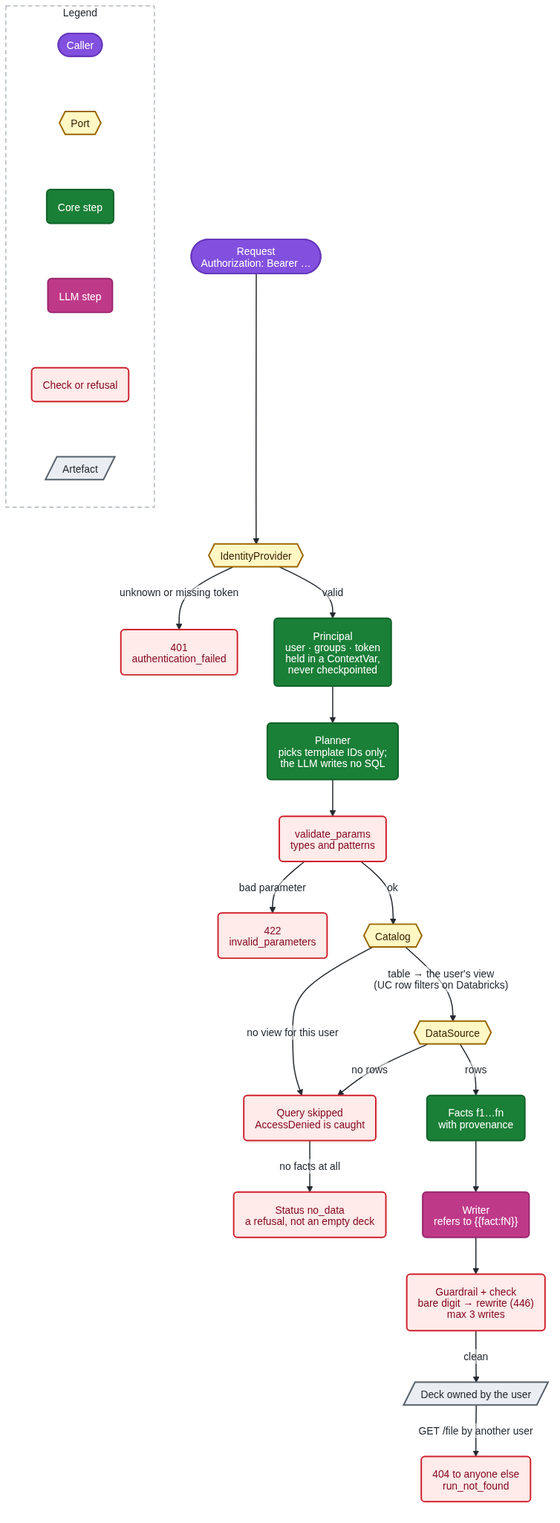
Earlier version of the Mermaid export docs/assets/diagrams/security-flow.png (santoshshinde2012/deck-smith-local). Its source is kept beside it as docs/diagrams/security-flow.mmd.
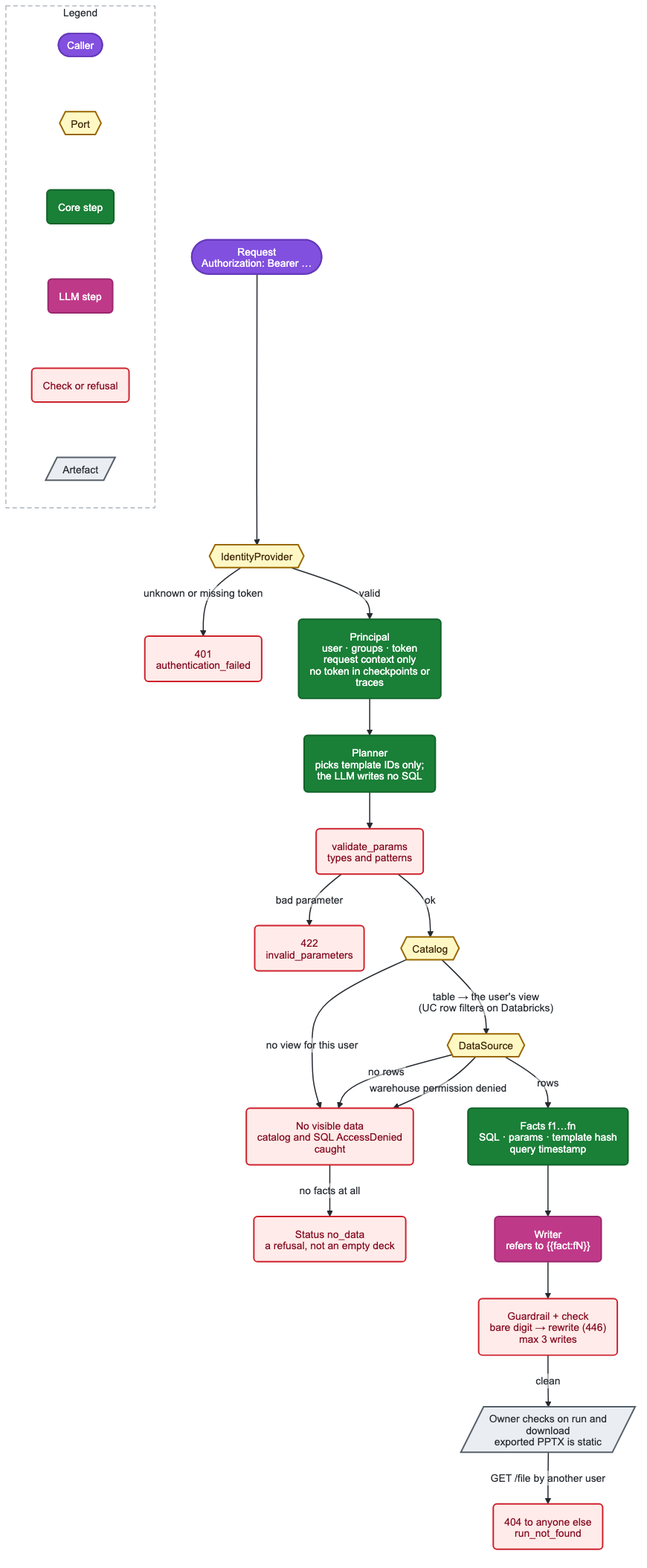
After the change.

What changed in the source:
```diff
@@ -2,18 +2,18 @@
   REQ(["Request<br/>Authorization: Bearer …"]):::ui
   ID{{"IdentityProvider"}}:::port
   E401("401<br/>authentication_failed"):::sec
-  PRIN("Principal<br/>user · groups · token<br/>held in a ContextVar,<br/>never checkpointed"):::core
+  PRIN("Principal<br/>user · groups · token<br/>request context only<br/>no token in checkpoints or traces"):::core
   PLAN("Planner<br/>picks template IDs only;<br/>the LLM writes no SQL"):::core
   VAL("validate_params<br/>types and patterns"):::sec
   E422("422<br/>invalid_parameters"):::sec
   CAT{{"Catalog"}}:::port
-  SKIP("Query skipped<br/>AccessDenied is caught"):::sec
+  SKIP("No visible data<br/>catalog and SQL AccessDenied caught"):::sec
   DS{{"DataSource"}}:::port
   E409("Status no_data<br/>a refusal, not an empty deck"):::sec
-  FACTS("Facts f1…fn<br/>with provenance"):::core
+  FACTS("Facts f1…fn<br/>SQL · params · template hash<br/>query timestamp"):::core
   WRITE("Writer<br/>refers to {{fact:fN}}"):::llm
   G446("Guardrail + check<br/>bare digit → rewrite (446)<br/>max 3 writes"):::sec
-  DECK[/"Deck owned by the user"/]:::store
+  DECK[/"Owner checks on run and download<br/>exported PPTX is static"/]:::store
   E404("404 to anyone else<br/>run_not_found"):::sec
 
   REQ --> ID
@@ -25,6 +25,7 @@
   CAT -->|no view for this user| SKIP
   SKIP -->|no facts at all| E409
   DS -->|no rows| SKIP
+  DS -->|warehouse permission denied| SKIP
   DS -->|rows| FACTS --> WRITE --> G446
   G446 -->|clean| DECK
   DECK -->|GET /file by another user| E404
```
